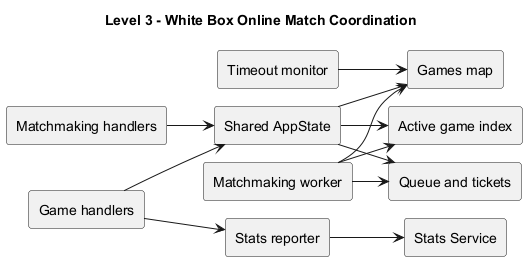
The PlantUML diagram images/05_level3_online_coordination.png in Arquisoft/yovi_es4b, before a commit.
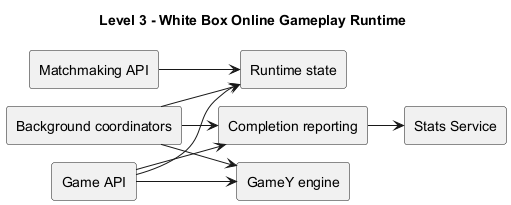
The same file after the commit.

What changed in the source:
```diff
@@ -1,28 +1,22 @@
 @startuml
-title Level 3 - White Box Online Match Coordination
+title Level 3 - White Box Online Gameplay Runtime
 left to right direction
 skinparam componentStyle rectangle
 
-component "Game handlers" as Games
-component "Matchmaking handlers" as MatchApi
-component "Shared AppState" as AppState
-component "Games map" as GamesMap
-component "Active game index" as ActiveIndex
-component "Queue and tickets" as Tickets
-component "Matchmaking worker" as Worker
-component "Timeout monitor" as Monitor
-component "Stats reporter" as Reporter
+component "Game API" as Games
+component "Matchmaking API" as MatchApi
+component "Runtime state" as Runtime
+component "Background coordinators" as Workers
+component "GameY engine" as Engine
+component "Completion reporting" as Reporter
 component "Stats Service" as Stats
 
-Games --> AppState
-MatchApi --> AppState
-AppState --> GamesMap
-AppState --> ActiveIndex
-AppState --> Tickets
-Worker --> Tickets
-Worker --> GamesMap
-Worker --> ActiveIndex
-Monitor --> GamesMap
+Games --> Runtime
+Games --> Engine
+MatchApi --> Runtime
+Workers --> Runtime
+Workers --> Engine
 Games --> Reporter
+Workers --> Reporter
 Reporter --> Stats
 @enduml
```
